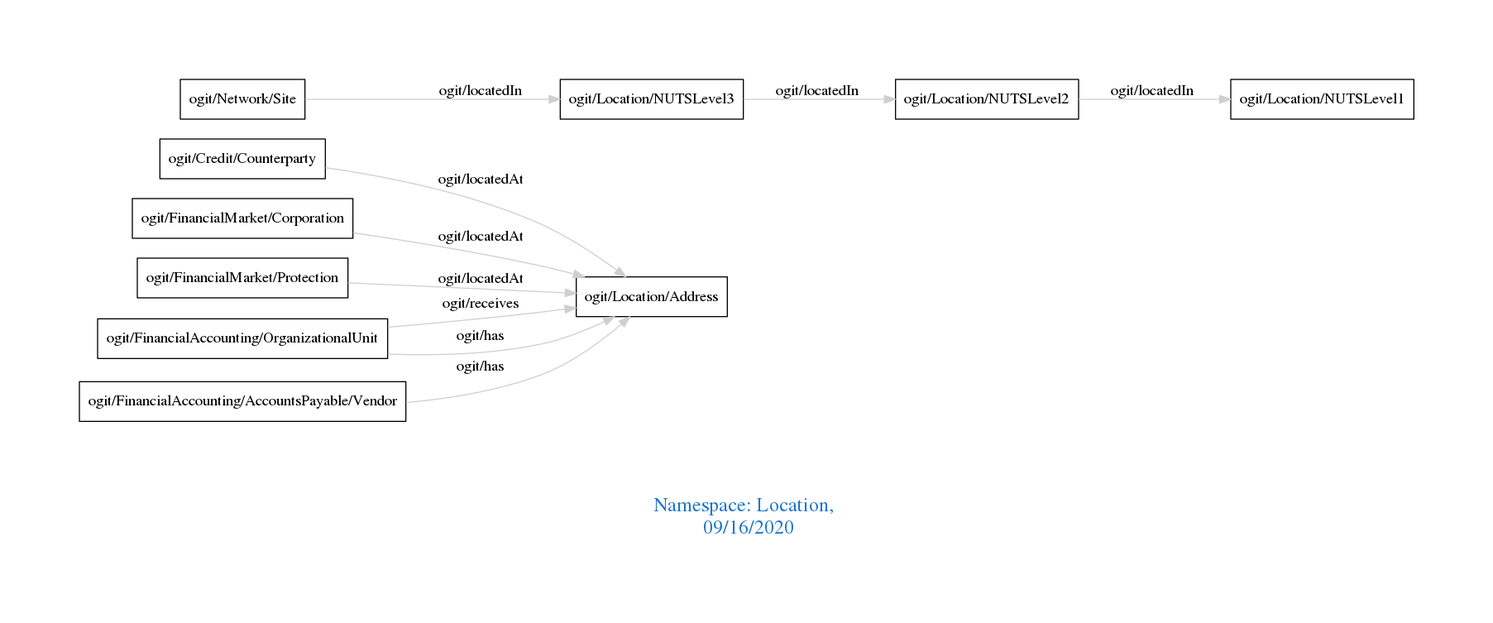
Above: downloads/Location.png in arago/OGIT (Graphviz), before the change. Its source is kept beside it as downloads/Location.dot.
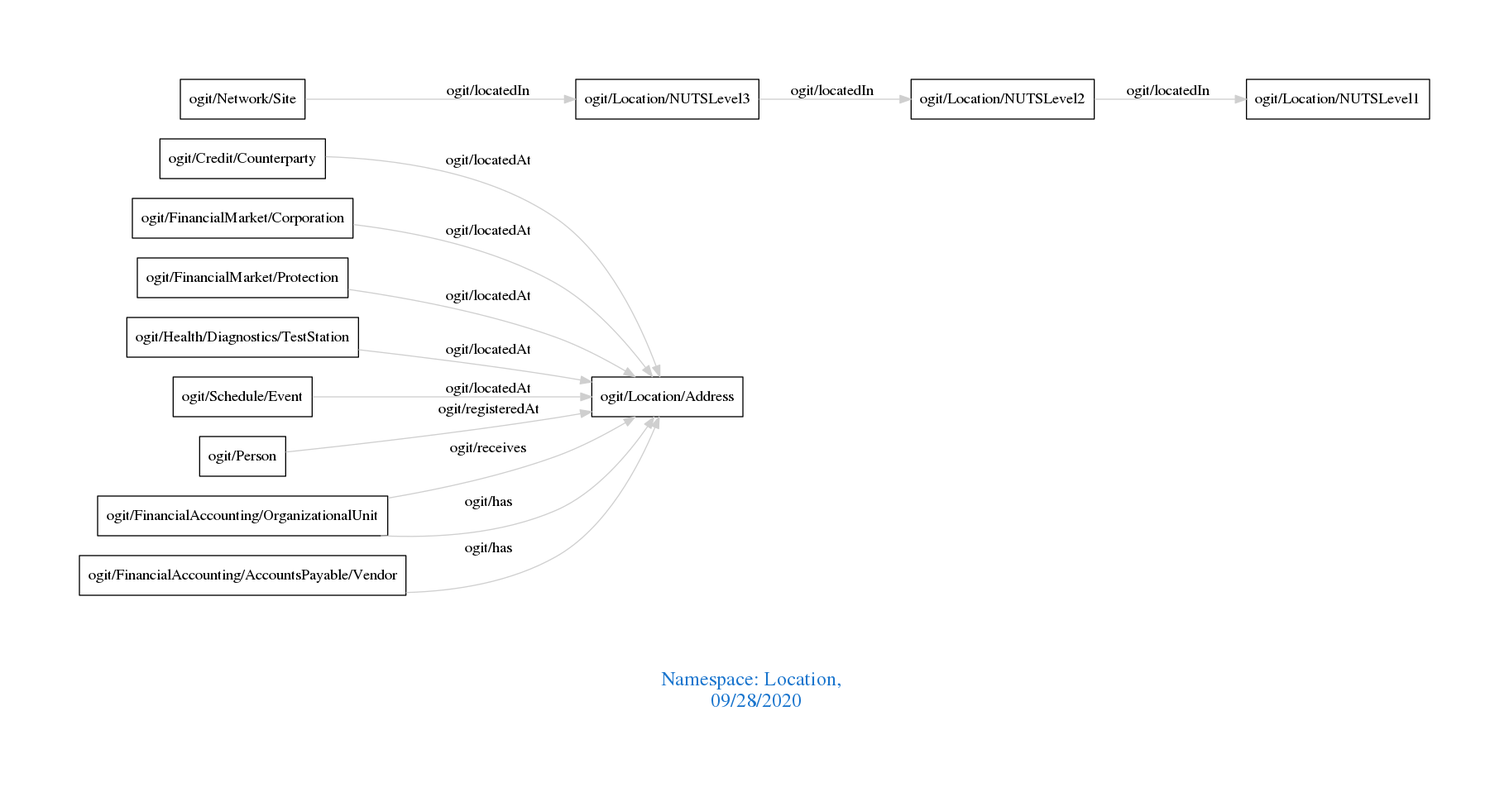
The same diagram one commit later.

What changed in the source:
```diff
@@ -1,16 +1,19 @@
 digraph OGIT_ontology {
  graph [ rankdir= LR,pad=1
 fontsize = 18,
-fontcolor= dodgerblue3,label = "\n\n\nNamespace: Location, \n 09/16/2020"];
+fontcolor= dodgerblue3,label = "\n\n\nNamespace: Location, \n 09/28/2020"];
 node[shape=polygon];
 edge [  color="gray81"];
 
    "ogit/Credit/Counterparty" -> "ogit/Location/Address" [label="   ogit/locatedAt    "];
    "ogit/FinancialMarket/Corporation" -> "ogit/Location/Address" [label="   ogit/locatedAt    "];
    "ogit/FinancialMarket/Protection" -> "ogit/Location/Address" [label="   ogit/locatedAt    "];
+   "ogit/Health/Diagnostics/TestStation" -> "ogit/Location/Address" [label="   ogit/locatedAt    "];
+   "ogit/Schedule/Event" -> "ogit/Location/Address" [label="   ogit/locatedAt    "];
    "ogit/Location/NUTSLevel2" -> "ogit/Location/NUTSLevel1" [label="   ogit/locatedIn    "];
    "ogit/Location/NUTSLevel3" -> "ogit/Location/NUTSLevel2" [label="   ogit/locatedIn    "];
    "ogit/Network/Site" -> "ogit/Location/NUTSLevel3" [label="   ogit/locatedIn    "];
+   "ogit/Person" -> "ogit/Location/Address" [label="   ogit/registeredAt    "];
    "ogit/FinancialAccounting/OrganizationalUnit" -> "ogit/Location/Address" [label="   ogit/receives    "];
    "ogit/FinancialAccounting/AccountsPayable/Vendor" -> "ogit/Location/Address" [label="   ogit/has    "];
    "ogit/FinancialAccounting/OrganizationalUnit" -> "ogit/Location/Address" [label="   ogit/has    "];
```
